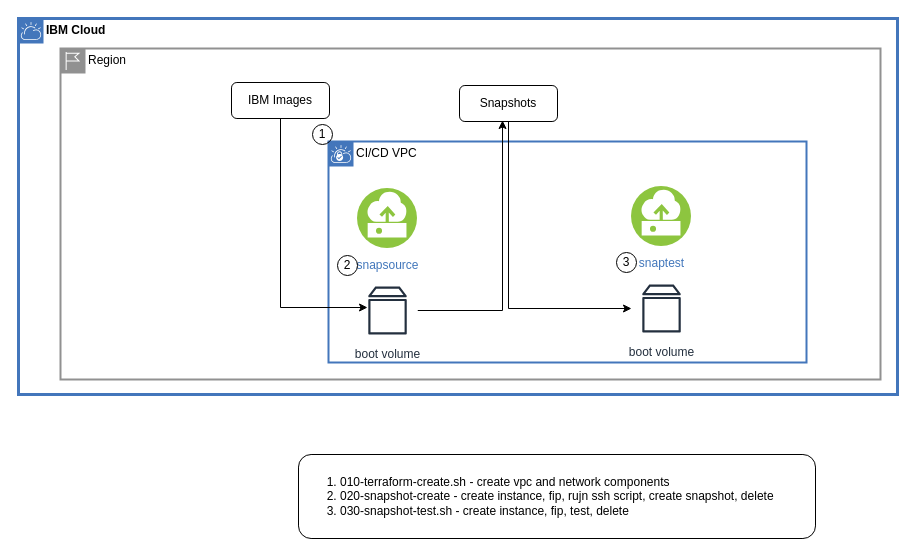
Above: vpc-boot-image/architecture.drawio in IBM-Cloud/vpc-tutorials (draw.io), before the change. Source tidied: cells renumbered, new cells numbered last; positions are measured from the earlier drawing's top-left corner, leaving out a move shared by most shapes. Both pictures are drawn from the tidied source at 100%, with x=0, y=0 at pixel (18, 18).
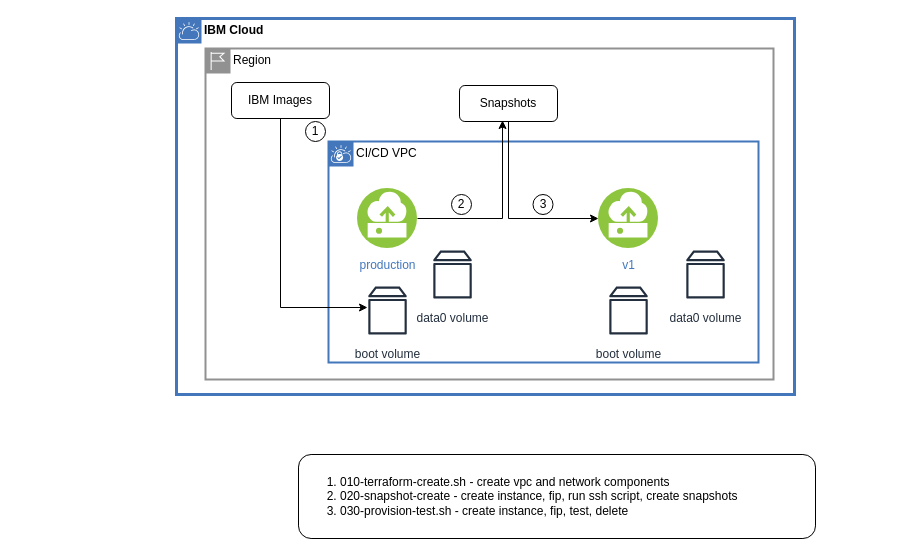
The same diagram, later.

The change refers to these unchanged cells:
```xml
<mxCell id="7" value="boot volume" style="outlineConnect=0;fontColor=#232F3E;gradientColor=none;strokeColor=#232F3E;fillColor=#ffffff;dashed=0;verticalLabelPosition=bottom;verticalAlign=top;align=center;html=1;fontSize=12;fontStyle=0;shape=mxgraph.aws4.resourceIcon;resIcon=mxgraph.aws4.volume;" parent="1" vertex="1">
  <mxGeometry x="339" y="262" width="60" height="60" as="geometry" />
</mxCell>
<mxCell id="13" value="Snapshots" style="rounded=1;whiteSpace=wrap;html=1;" parent="1" vertex="1">
  <mxGeometry x="441" y="67" width="98" height="36" as="geometry" />
</mxCell>
```

Diff of the diagram source:
```diff
@@
     <mxCell id="2" value="IBM Cloud" style="shape=mxgraph.ibm.box;prType=cloud;fontStyle=1;verticalAlign=top;align=left;spacingLeft=32;spacingTop=4;fillColor=none;rounded=0;whiteSpace=wrap;html=1;strokeColor=#4376BB;strokeWidth=3;dashed=0;spacing=-4;" parent="1" vertex="1">
-      <mxGeometry width="879" height="376" as="geometry" />
+      <mxGeometry x="158" width="618" height="376" as="geometry" />
     </mxCell>
     <mxCell id="3" value="Region" style="shape=mxgraph.ibm.box;prType=region;fontStyle=0;verticalAlign=top;align=left;spacingLeft=32;spacingTop=4;rounded=0;whiteSpace=wrap;html=1;strokeColor=#919191;strokeWidth=2;dashed=0;spacing=-4;fillColor=none;" parent="1" vertex="1">
-      <mxGeometry x="42" y="30" width="820" height="331" as="geometry" />
+      <mxGeometry x="187" y="30" width="568" height="331" as="geometry" />
     </mxCell>
     <mxCell id="4" value="CI/CD VPC" style="shape=mxgraph.ibm.box;prType=vpc;fontStyle=0;verticalAlign=top;align=left;spacingLeft=32;spacingTop=4;fillColor=none;rounded=0;whiteSpace=wrap;html=1;strokeColor=#4376BB;strokeWidth=2;dashed=0;spacing=-4;" parent="1" vertex="1">
-      <mxGeometry x="310" y="123" width="478" height="221" as="geometry" />
+      <mxGeometry x="310" y="123" width="430" height="221" as="geometry" />
     </mxCell>
-    <mxCell id="5" value="snapsource" style="perimeter=ellipsePerimeter;html=1;align=center;shadow=0;dashed=0;fontColor=#4277BB;labelBackgroundColor=#ffffff;fontSize=12;spacingTop=3;image;image=img/lib/ibm/vpc/Instance.svg;" parent="1" vertex="1">
+    <mxCell id="5" value="production" style="perimeter=ellipsePerimeter;html=1;align=center;shadow=0;dashed=0;fontColor=#4277BB;labelBackgroundColor=#ffffff;fontSize=12;spacingTop=3;image;image=img/lib/ibm/vpc/Instance.svg;" parent="1" vertex="1">
       <mxGeometry x="339" y="170" width="60" height="60" as="geometry" />
     </mxCell>
-    <mxCell id="6" style="edgeStyle=orthogonalEdgeStyle;rounded=0;jettySize=auto;html=1;entryX=0.439;entryY=0.972;entryDx=0;entryDy=0;entryPerimeter=0;" parent="1" edge="1" source="7" target="13">
+    <mxCell id="6" style="edgeStyle=orthogonalEdgeStyle;rounded=0;jettySize=auto;html=1;entryX=0.439;entryY=0.972;entryDx=0;entryDy=0;entryPerimeter=0;exitX=1;exitY=0.5;exitDx=0;exitDy=0;" parent="1" edge="1" source="5" target="13">
       <mxGeometry relative="1" as="geometry" />
     </mxCell>
@@
-    <mxCell id="8" value="snaptest" style="perimeter=ellipsePerimeter;html=1;align=center;shadow=0;dashed=0;fontColor=#4277BB;labelBackgroundColor=#ffffff;fontSize=12;spacingTop=3;image;image=img/lib/ibm/vpc/Instance.svg;" parent="1" vertex="1">
-      <mxGeometry x="613" y="168" width="60" height="60" as="geometry" />
+    <mxCell id="8" value="v1" style="perimeter=ellipsePerimeter;html=1;align=center;shadow=0;dashed=0;fontColor=#4277BB;labelBackgroundColor=#ffffff;fontSize=12;spacingTop=3;image;image=img/lib/ibm/vpc/Instance.svg;" parent="1" vertex="1">
+      <mxGeometry x="580" y="170" width="60" height="60" as="geometry" />
     </mxCell>
     <mxCell id="9" value="boot volume" style="outlineConnect=0;fontColor=#232F3E;gradientColor=none;strokeColor=#232F3E;fillColor=#ffffff;dashed=0;verticalLabelPosition=bottom;verticalAlign=top;align=center;html=1;fontSize=12;fontStyle=0;shape=mxgraph.aws4.resourceIcon;resIcon=mxgraph.aws4.volume;" parent="1" vertex="1">
-      <mxGeometry x="613" y="260" width="60" height="60" as="geometry" />
+      <mxGeometry x="580" y="262" width="60" height="60" as="geometry" />
     </mxCell>
@@
-    <mxCell id="12" style="edgeStyle=orthogonalEdgeStyle;rounded=0;jettySize=auto;html=1;" parent="1" edge="1" source="13" target="9">
+    <mxCell id="12" style="edgeStyle=orthogonalEdgeStyle;rounded=0;jettySize=auto;html=1;entryX=0;entryY=0.5;entryDx=0;entryDy=0;" parent="1" edge="1" source="13" target="8">
       <mxGeometry relative="1" as="geometry">
         <Array as="points">
-          <mxPoint x="490" y="290" />
+          <mxPoint x="490" y="200" />
         </Array>
       </mxGeometry>
     </mxCell>
@@
     <mxCell id="14" value="1" style="ellipse;whiteSpace=wrap;html=1;fillColor=none;" parent="1" vertex="1">
-      <mxGeometry x="294" y="106" width="20" height="20" as="geometry" />
+      <mxGeometry x="287" y="103" width="20" height="20" as="geometry" />
     </mxCell>
     <mxCell id="15" value="2" style="ellipse;whiteSpace=wrap;html=1;fillColor=none;" parent="1" vertex="1">
-      <mxGeometry x="319" y="237" width="20" height="20" as="geometry" />
+      <mxGeometry x="433" y="176" width="20" height="20" as="geometry" />
     </mxCell>
     <mxCell id="16" value="3" style="ellipse;whiteSpace=wrap;html=1;fillColor=none;" parent="1" vertex="1">
-      <mxGeometry x="598" y="234" width="20" height="20" as="geometry" />
+      <mxGeometry x="514.5" y="176" width="20" height="20" as="geometry" />
     </mxCell>
-    <mxCell id="17" value="&lt;ol&gt;&lt;li&gt;010-terraform-create.sh - create vpc and network components&lt;/li&gt;&lt;li&gt;020-snapshot-create - create instance, fip, rujn ssh script, create snapshot, delete&lt;/li&gt;&lt;li&gt;030-snapshot-test.sh - create instance, fip, test, delete&lt;br&gt;&lt;/li&gt;&lt;/ol&gt;" style="rounded=1;whiteSpace=wrap;html=1;align=left;" parent="1" vertex="1">
+    <mxCell id="17" value="&lt;ol&gt;&lt;li&gt;010-terraform-create.sh - create vpc and network components&lt;/li&gt;&lt;li&gt;020-snapshot-create - create instance, fip, run ssh script, create snapshots&lt;/li&gt;&lt;li&gt;030-provision-test.sh - create instance, fip, test, delete&lt;br&gt;&lt;/li&gt;&lt;/ol&gt;" style="rounded=1;whiteSpace=wrap;html=1;align=left;" parent="1" vertex="1">
       <mxGeometry x="280" y="436" width="517" height="84" as="geometry" />
     </mxCell>
+    <mxCell id="18" value="data0 volume" style="fontColor=#232F3E;gradientColor=none;strokeColor=#232F3E;fillColor=#ffffff;dashed=0;verticalLabelPosition=bottom;verticalAlign=top;align=center;html=1;fontSize=12;fontStyle=0;shape=mxgraph.aws4.resourceIcon;resIcon=mxgraph.aws4.volume;" parent="1" vertex="1">
+      <mxGeometry x="404" y="226" width="60" height="60" as="geometry" />
+    </mxCell>
+    <mxCell id="19" value="data0 volume" style="fontColor=#232F3E;gradientColor=none;strokeColor=#232F3E;fillColor=#ffffff;dashed=0;verticalLabelPosition=bottom;verticalAlign=top;align=center;html=1;fontSize=12;fontStyle=0;shape=mxgraph.aws4.resourceIcon;resIcon=mxgraph.aws4.volume;" parent="1" vertex="1">
+      <mxGeometry x="657" y="226" width="60" height="60" as="geometry" />
+    </mxCell>
```
